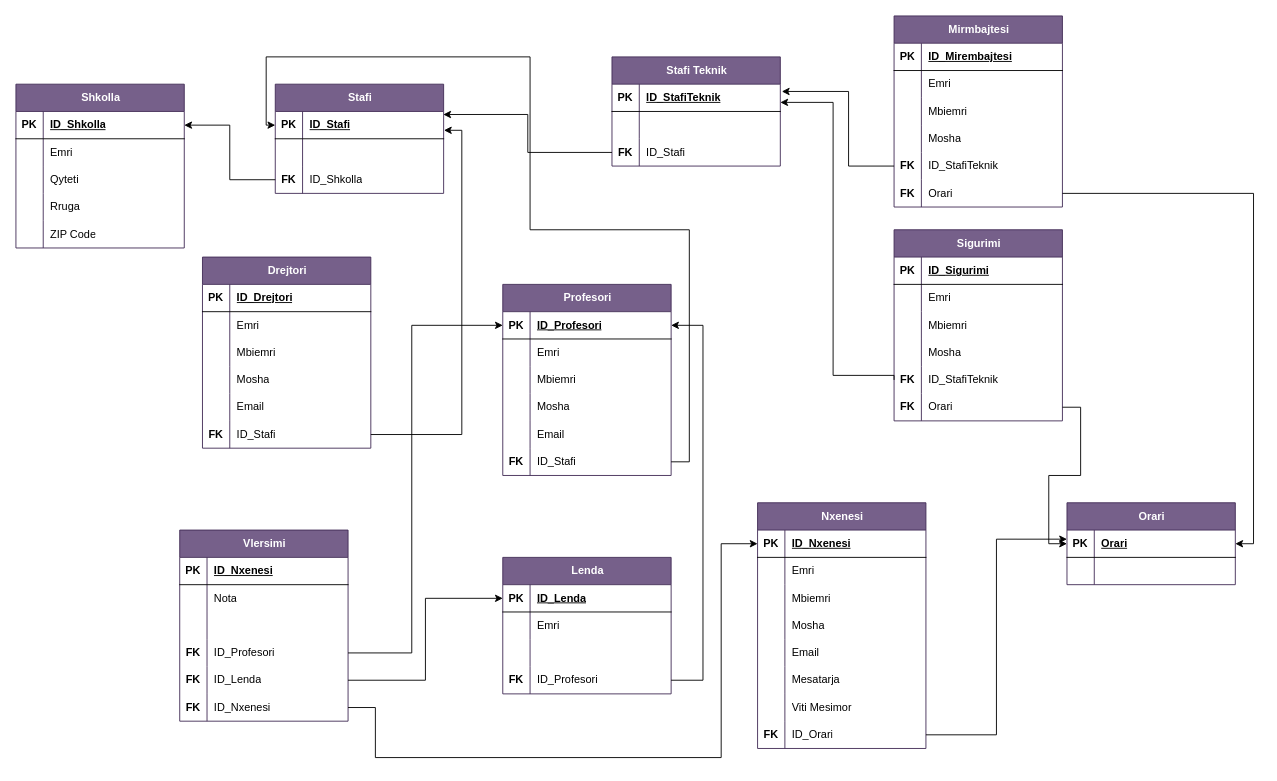
Before: databaza draw.io/draw.io/ShkollaRelacioni.drawio in Blend06/LabCourse1, a draw.io diagram. Source tidied: cells renumbered, new cells numbered last; positions are measured from the earlier drawing's top-left corner, leaving out a move shared by most shapes. Both pictures are drawn from the tidied source at 91%, with x=0, y=0 at pixel (15, 15).
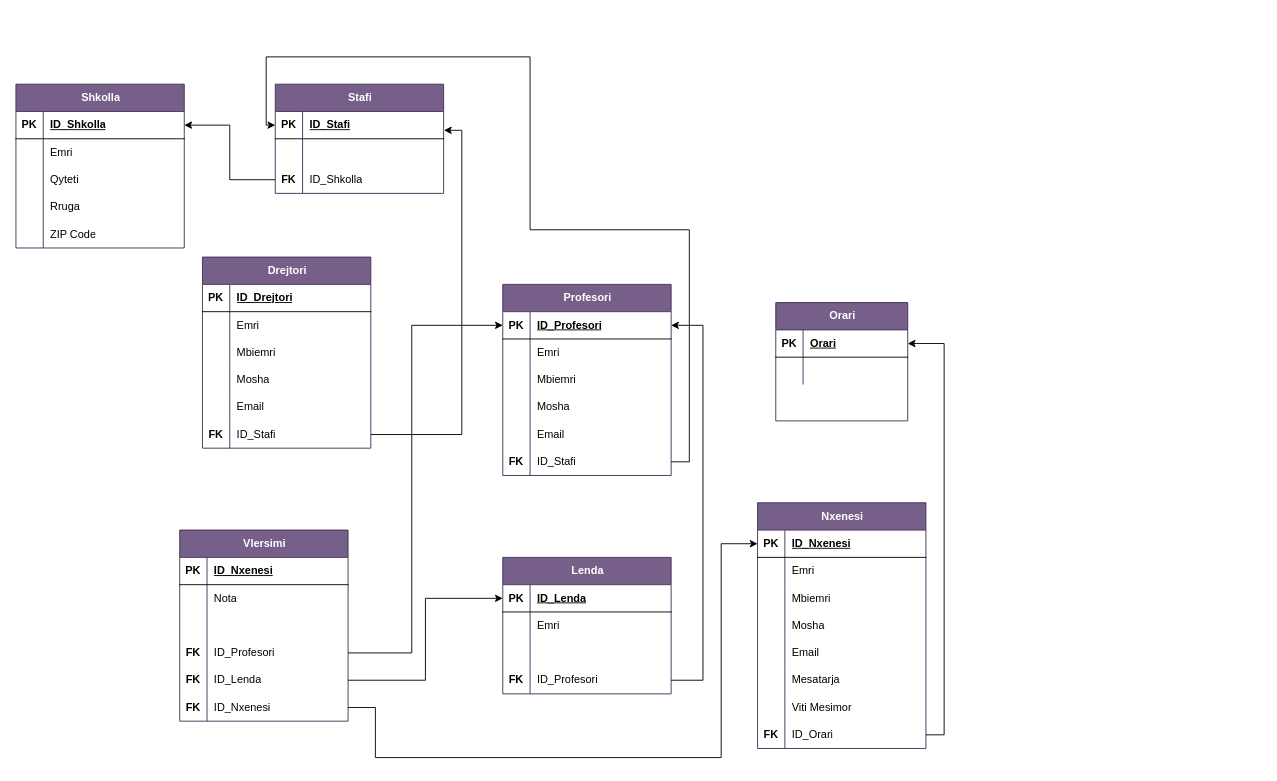
The same page after the edit.

Unchanged cells that the change refers to:
```xml
<mxCell id="20" style="shape=tableRow;horizontal=0;startSize=0;swimlaneHead=0;swimlaneBody=0;fillColor=none;points=[[0,0.5],[1,0.5]];portConstraint=eastwest;top=0;left=0;right=0;bottom=1;" parent="19" vertex="1">
  <mxGeometry y="30" width="185" height="30" as="geometry" />
</mxCell>
<mxCell id="185" style="shape=tableRow;horizontal=0;startSize=0;swimlaneHead=0;swimlaneBody=0;fillColor=none;points=[[0,0.5],[1,0.5]];portConstraint=eastwest;top=0;left=0;right=0;bottom=0;" parent="163" vertex="1">
  <mxGeometry y="240" width="185" height="30" as="geometry" />
</mxCell>
```

Change to the diagram source:
```diff
@@
-    <mxCell id="50" value="Stafi Teknik" style="shape=table;startSize=30;childLayout=tableLayout;rowLines=0;fontStyle=1;align=center;html=1;fillColor=#76608a;strokeColor=#432D57;swimlaneFillColor=default;fontColor=#ffffff;" parent="1" vertex="1">
-      <mxGeometry x="655" y="45" width="185" height="120" as="geometry" />
-    </mxCell>
-    <mxCell id="51" style="shape=tableRow;horizontal=0;startSize=0;swimlaneHead=0;swimlaneBody=0;fillColor=none;points=[[0,0.5],[1,0.5]];portConstraint=eastwest;top=0;left=0;right=0;bottom=1;" parent="50" vertex="1">
-      <mxGeometry y="30" width="185" height="30" as="geometry" />
-    </mxCell>
-    <mxCell id="52" value="PK" style="shape=partialRectangle;fillColor=none;top=0;left=0;bottom=0;right=0;fontStyle=1;overflow=hidden;whiteSpace=wrap;html=1;" parent="51" vertex="1">
-      <mxGeometry width="30" height="30" as="geometry" />
-    </mxCell>
-    <mxCell id="53" value="ID_StafiTeknik" style="shape=partialRectangle;fillColor=none;top=0;left=0;bottom=0;right=0;align=left;spacingLeft=6;fontStyle=5;overflow=hidden;whiteSpace=wrap;html=1;" parent="51" vertex="1">
-      <mxGeometry x="30" width="155" height="30" as="geometry" />
-    </mxCell>
-    <mxCell id="54" style="shape=tableRow;horizontal=0;startSize=0;swimlaneHead=0;swimlaneBody=0;fillColor=none;top=0;left=0;right=0;bottom=0;" parent="50" vertex="1">
-      <mxGeometry y="60" width="185" height="30" as="geometry" />
-    </mxCell>
-    <mxCell id="55" style="shape=partialRectangle;fillColor=none;top=0;left=0;bottom=0;right=0;overflow=hidden;whiteSpace=wrap;html=1;" parent="54" vertex="1">
-      <mxGeometry width="30" height="30" as="geometry" />
-    </mxCell>
-    <mxCell id="56" style="shape=partialRectangle;fillColor=none;top=0;left=0;bottom=0;right=0;align=left;spacingLeft=6;overflow=hidden;whiteSpace=wrap;html=1;" parent="54" vertex="1">
-      <mxGeometry x="30" width="155" height="30" as="geometry" />
-    </mxCell>
-    <mxCell id="57" style="shape=tableRow;horizontal=0;startSize=0;swimlaneHead=0;swimlaneBody=0;fillColor=none;points=[[0,0.5],[1,0.5]];portConstraint=eastwest;top=0;left=0;right=0;bottom=0;" parent="50" vertex="1">
-      <mxGeometry y="90" width="185" height="30" as="geometry" />
-    </mxCell>
-    <mxCell id="58" value="&lt;b&gt;FK&lt;/b&gt;" style="shape=partialRectangle;fillColor=none;top=0;left=0;bottom=0;right=0;overflow=hidden;whiteSpace=wrap;html=1;" parent="57" vertex="1">
-      <mxGeometry width="30" height="30" as="geometry" />
-    </mxCell>
-    <mxCell id="59" value="ID_Stafi" style="shape=partialRectangle;fillColor=none;top=0;left=0;bottom=0;right=0;align=left;spacingLeft=6;overflow=hidden;whiteSpace=wrap;html=1;" parent="57" vertex="1">
-      <mxGeometry x="30" width="155" height="30" as="geometry" />
-    </mxCell>
@@
-    <mxCell id="79" style="edgeStyle=orthogonalEdgeStyle;rounded=0;jettySize=auto;html=1;exitX=0;exitY=0.5;exitDx=0;exitDy=0;entryX=0.998;entryY=0.111;entryDx=0;entryDy=0;entryPerimeter=0;" parent="1" edge="1" source="57" target="20">
-      <mxGeometry relative="1" as="geometry" />
-    </mxCell>
@@
-    <mxCell id="81" value="Sigurimi" style="shape=table;startSize=30;childLayout=tableLayout;rowLines=0;fontStyle=1;align=center;html=1;fillColor=#76608a;strokeColor=#432D57;swimlaneFillColor=default;fontColor=#ffffff;" parent="1" vertex="1">
-      <mxGeometry x="965" y="235" width="185" height="210" as="geometry" />
-    </mxCell>
-    <mxCell id="82" style="shape=tableRow;horizontal=0;startSize=0;swimlaneHead=0;swimlaneBody=0;fillColor=none;top=0;left=0;right=0;bottom=1;" parent="81" vertex="1">
-      <mxGeometry y="30" width="185" height="30" as="geometry" />
-    </mxCell>
-    <mxCell id="83" value="PK" style="shape=partialRectangle;fillColor=none;top=0;left=0;bottom=0;right=0;fontStyle=1;overflow=hidden;whiteSpace=wrap;html=1;" parent="82" vertex="1">
-      <mxGeometry width="30" height="30" as="geometry" />
-    </mxCell>
-    <mxCell id="84" value="ID_Sigurimi" style="shape=partialRectangle;fillColor=none;top=0;left=0;bottom=0;right=0;align=left;spacingLeft=6;fontStyle=5;overflow=hidden;whiteSpace=wrap;html=1;" parent="82" vertex="1">
-      <mxGeometry x="30" width="155" height="30" as="geometry" />
-    </mxCell>
-    <mxCell id="85" style="shape=tableRow;horizontal=0;startSize=0;swimlaneHead=0;swimlaneBody=0;fillColor=none;top=0;left=0;right=0;bottom=0;" parent="81" vertex="1">
-      <mxGeometry y="60" width="185" height="30" as="geometry" />
-    </mxCell>
-    <mxCell id="86" style="shape=partialRectangle;fillColor=none;top=0;left=0;bottom=0;right=0;overflow=hidden;whiteSpace=wrap;html=1;" parent="85" vertex="1">
-      <mxGeometry width="30" height="30" as="geometry" />
-    </mxCell>
-    <mxCell id="87" value="Emri" style="shape=partialRectangle;fillColor=none;top=0;left=0;bottom=0;right=0;align=left;spacingLeft=6;overflow=hidden;whiteSpace=wrap;html=1;" parent="85" vertex="1">
-      <mxGeometry x="30" width="155" height="30" as="geometry" />
-    </mxCell>
-    <mxCell id="88" style="shape=tableRow;horizontal=0;startSize=0;swimlaneHead=0;swimlaneBody=0;fillColor=none;top=0;left=0;right=0;bottom=0;" parent="81" vertex="1">
-      <mxGeometry y="90" width="185" height="30" as="geometry" />
-    </mxCell>
-    <mxCell id="89" style="shape=partialRectangle;fillColor=none;top=0;left=0;bottom=0;right=0;overflow=hidden;whiteSpace=wrap;html=1;" parent="88" vertex="1">
-      <mxGeometry width="30" height="30" as="geometry" />
-    </mxCell>
-    <mxCell id="90" value="Mbiemri" style="shape=partialRectangle;fillColor=none;top=0;left=0;bottom=0;right=0;align=left;spacingLeft=6;overflow=hidden;whiteSpace=wrap;html=1;" parent="88" vertex="1">
-      <mxGeometry x="30" width="155" height="30" as="geometry" />
-    </mxCell>
-    <mxCell id="91" style="shape=tableRow;horizontal=0;startSize=0;swimlaneHead=0;swimlaneBody=0;fillColor=none;top=0;left=0;right=0;bottom=0;" parent="81" vertex="1">
-      <mxGeometry y="120" width="185" height="30" as="geometry" />
-    </mxCell>
-    <mxCell id="92" style="shape=partialRectangle;fillColor=none;top=0;left=0;bottom=0;right=0;overflow=hidden;whiteSpace=wrap;html=1;" parent="91" vertex="1">
-      <mxGeometry width="30" height="30" as="geometry" />
-    </mxCell>
-    <mxCell id="93" value="Mosha" style="shape=partialRectangle;fillColor=none;top=0;left=0;bottom=0;right=0;align=left;spacingLeft=6;overflow=hidden;whiteSpace=wrap;html=1;" parent="91" vertex="1">
-      <mxGeometry x="30" width="155" height="30" as="geometry" />
-    </mxCell>
-    <mxCell id="94" style="shape=tableRow;horizontal=0;startSize=0;swimlaneHead=0;swimlaneBody=0;fillColor=none;points=[[0,0.5],[1,0.5]];portConstraint=eastwest;top=0;left=0;right=0;bottom=0;" parent="81" vertex="1">
-      <mxGeometry y="150" width="185" height="30" as="geometry" />
-    </mxCell>
-    <mxCell id="95" value="&lt;b&gt;FK&lt;/b&gt;" style="shape=partialRectangle;fillColor=none;top=0;left=0;bottom=0;right=0;overflow=hidden;whiteSpace=wrap;html=1;" parent="94" vertex="1">
-      <mxGeometry width="30" height="30" as="geometry" />
-    </mxCell>
-    <mxCell id="96" value="ID_StafiTeknik" style="shape=partialRectangle;fillColor=none;top=0;left=0;bottom=0;right=0;align=left;spacingLeft=6;overflow=hidden;whiteSpace=wrap;html=1;" parent="94" vertex="1">
-      <mxGeometry x="30" width="155" height="30" as="geometry" />
-    </mxCell>
-    <mxCell id="97" style="shape=tableRow;horizontal=0;startSize=0;swimlaneHead=0;swimlaneBody=0;fillColor=none;points=[[0,0.5],[1,0.5]];portConstraint=eastwest;top=0;left=0;right=0;bottom=0;" parent="81" vertex="1">
-      <mxGeometry y="180" width="185" height="30" as="geometry" />
-    </mxCell>
-    <mxCell id="98" value="&lt;b&gt;FK&lt;/b&gt;" style="shape=partialRectangle;fillColor=none;top=0;left=0;bottom=0;right=0;overflow=hidden;whiteSpace=wrap;html=1;" parent="97" vertex="1">
-      <mxGeometry width="30" height="30" as="geometry" />
-    </mxCell>
-    <mxCell id="99" value="Orari" style="shape=partialRectangle;fillColor=none;top=0;left=0;bottom=0;right=0;align=left;spacingLeft=6;overflow=hidden;whiteSpace=wrap;html=1;" parent="97" vertex="1">
-      <mxGeometry x="30" width="155" height="30" as="geometry" />
-    </mxCell>
-    <mxCell id="100" value="Mirmbajtesi" style="shape=table;startSize=30;childLayout=tableLayout;rowLines=0;fontStyle=1;align=center;html=1;fillColor=#76608a;strokeColor=#432D57;swimlaneFillColor=default;fontColor=#ffffff;" parent="1" vertex="1">
-      <mxGeometry x="965" width="185" height="210" as="geometry" />
-    </mxCell>
-    <mxCell id="101" style="shape=tableRow;horizontal=0;startSize=0;swimlaneHead=0;swimlaneBody=0;fillColor=none;top=0;left=0;right=0;bottom=1;" parent="100" vertex="1">
-      <mxGeometry y="30" width="185" height="30" as="geometry" />
-    </mxCell>
-    <mxCell id="102" value="PK" style="shape=partialRectangle;fillColor=none;top=0;left=0;bottom=0;right=0;fontStyle=1;overflow=hidden;whiteSpace=wrap;html=1;" parent="101" vertex="1">
-      <mxGeometry width="30" height="30" as="geometry" />
-    </mxCell>
-    <mxCell id="103" value="ID_Mirembajtesi" style="shape=partialRectangle;fillColor=none;top=0;left=0;bottom=0;right=0;align=left;spacingLeft=6;fontStyle=5;overflow=hidden;whiteSpace=wrap;html=1;" parent="101" vertex="1">
-      <mxGeometry x="30" width="155" height="30" as="geometry" />
-    </mxCell>
-    <mxCell id="104" style="shape=tableRow;horizontal=0;startSize=0;swimlaneHead=0;swimlaneBody=0;fillColor=none;top=0;left=0;right=0;bottom=0;" parent="100" vertex="1">
-      <mxGeometry y="60" width="185" height="30" as="geometry" />
-    </mxCell>
-    <mxCell id="105" style="shape=partialRectangle;fillColor=none;top=0;left=0;bottom=0;right=0;overflow=hidden;whiteSpace=wrap;html=1;" parent="104" vertex="1">
-      <mxGeometry width="30" height="30" as="geometry" />
-    </mxCell>
-    <mxCell id="106" value="Emri" style="shape=partialRectangle;fillColor=none;top=0;left=0;bottom=0;right=0;align=left;spacingLeft=6;overflow=hidden;whiteSpace=wrap;html=1;" parent="104" vertex="1">
-      <mxGeometry x="30" width="155" height="30" as="geometry" />
-    </mxCell>
-    <mxCell id="107" style="shape=tableRow;horizontal=0;startSize=0;swimlaneHead=0;swimlaneBody=0;fillColor=none;top=0;left=0;right=0;bottom=0;" parent="100" vertex="1">
-      <mxGeometry y="90" width="185" height="30" as="geometry" />
-    </mxCell>
-    <mxCell id="108" style="shape=partialRectangle;fillColor=none;top=0;left=0;bottom=0;right=0;overflow=hidden;whiteSpace=wrap;html=1;" parent="107" vertex="1">
-      <mxGeometry width="30" height="30" as="geometry" />
-    </mxCell>
-    <mxCell id="109" value="Mbiemri" style="shape=partialRectangle;fillColor=none;top=0;left=0;bottom=0;right=0;align=left;spacingLeft=6;overflow=hidden;whiteSpace=wrap;html=1;" parent="107" vertex="1">
-      <mxGeometry x="30" width="155" height="30" as="geometry" />
-    </mxCell>
-    <mxCell id="110" style="shape=tableRow;horizontal=0;startSize=0;swimlaneHead=0;swimlaneBody=0;fillColor=none;top=0;left=0;right=0;bottom=0;" parent="100" vertex="1">
-      <mxGeometry y="120" width="185" height="30" as="geometry" />
-    </mxCell>
-    <mxCell id="111" style="shape=partialRectangle;fillColor=none;top=0;left=0;bottom=0;right=0;overflow=hidden;whiteSpace=wrap;html=1;" parent="110" vertex="1">
-      <mxGeometry width="30" height="30" as="geometry" />
-    </mxCell>
-    <mxCell id="112" value="Mosha" style="shape=partialRectangle;fillColor=none;top=0;left=0;bottom=0;right=0;align=left;spacingLeft=6;overflow=hidden;whiteSpace=wrap;html=1;" parent="110" vertex="1">
-      <mxGeometry x="30" width="155" height="30" as="geometry" />
-    </mxCell>
-    <mxCell id="113" style="shape=tableRow;horizontal=0;startSize=0;swimlaneHead=0;swimlaneBody=0;fillColor=none;points=[[0,0.5],[1,0.5]];portConstraint=eastwest;top=0;left=0;right=0;bottom=0;" parent="100" vertex="1">
-      <mxGeometry y="150" width="185" height="30" as="geometry" />
-    </mxCell>
-    <mxCell id="114" value="&lt;b&gt;FK&lt;/b&gt;" style="shape=partialRectangle;fillColor=none;top=0;left=0;bottom=0;right=0;overflow=hidden;whiteSpace=wrap;html=1;" parent="113" vertex="1">
-      <mxGeometry width="30" height="30" as="geometry" />
-    </mxCell>
-    <mxCell id="115" value="ID_StafiTeknik" style="shape=partialRectangle;fillColor=none;top=0;left=0;bottom=0;right=0;align=left;spacingLeft=6;overflow=hidden;whiteSpace=wrap;html=1;" parent="113" vertex="1">
-      <mxGeometry x="30" width="155" height="30" as="geometry" />
-    </mxCell>
-    <mxCell id="116" style="shape=tableRow;horizontal=0;startSize=0;swimlaneHead=0;swimlaneBody=0;fillColor=none;points=[[0,0.5],[1,0.5]];portConstraint=eastwest;top=0;left=0;right=0;bottom=0;" parent="100" vertex="1">
-      <mxGeometry y="180" width="185" height="30" as="geometry" />
-    </mxCell>
-    <mxCell id="117" value="&lt;b&gt;FK&lt;/b&gt;" style="shape=partialRectangle;fillColor=none;top=0;left=0;bottom=0;right=0;overflow=hidden;whiteSpace=wrap;html=1;" parent="116" vertex="1">
-      <mxGeometry width="30" height="30" as="geometry" />
-    </mxCell>
-    <mxCell id="118" value="Orari" style="shape=partialRectangle;fillColor=none;top=0;left=0;bottom=0;right=0;align=left;spacingLeft=6;overflow=hidden;whiteSpace=wrap;html=1;" parent="116" vertex="1">
-      <mxGeometry x="30" width="155" height="30" as="geometry" />
-    </mxCell>
-    <mxCell id="119" style="edgeStyle=orthogonalEdgeStyle;rounded=0;jettySize=auto;html=1;exitX=0;exitY=0.5;exitDx=0;exitDy=0;entryX=1.009;entryY=0.267;entryDx=0;entryDy=0;entryPerimeter=0;" parent="1" edge="1" source="113" target="51">
-      <mxGeometry relative="1" as="geometry">
-        <Array as="points">
-          <mxPoint x="915" y="165" />
-          <mxPoint x="915" y="83" />
-        </Array>
-      </mxGeometry>
-    </mxCell>
-    <mxCell id="120" style="edgeStyle=orthogonalEdgeStyle;rounded=0;jettySize=auto;html=1;exitX=0;exitY=0.5;exitDx=0;exitDy=0;" parent="1" edge="1" source="94" target="51">
-      <mxGeometry relative="1" as="geometry">
-        <Array as="points">
-          <mxPoint x="965" y="395" />
-          <mxPoint x="898" y="395" />
-          <mxPoint x="898" y="95" />
-        </Array>
-      </mxGeometry>
-    </mxCell>
@@
     <mxCell id="135" value="Orari" style="shape=table;startSize=30;childLayout=tableLayout;rowLines=0;fontStyle=1;align=center;html=1;fillColor=#76608a;strokeColor=#432D57;swimlaneFillColor=default;fontColor=#ffffff;" parent="1" vertex="1">
-      <mxGeometry x="1155" y="535" width="185" height="90" as="geometry" />
+      <mxGeometry x="835" y="315" width="145" height="130" as="geometry" />
     </mxCell>
     <mxCell id="136" style="shape=tableRow;horizontal=0;startSize=0;swimlaneHead=0;swimlaneBody=0;fillColor=none;points=[[0,0.5],[1,0.5]];portConstraint=eastwest;top=0;left=0;right=0;bottom=1;" parent="135" vertex="1">
-      <mxGeometry y="30" width="185" height="30" as="geometry" />
+      <mxGeometry y="30" width="145" height="30" as="geometry" />
     </mxCell>
@@
     <mxCell id="138" value="Orari" style="shape=partialRectangle;fillColor=none;top=0;left=0;bottom=0;right=0;align=left;spacingLeft=6;fontStyle=5;overflow=hidden;whiteSpace=wrap;html=1;" parent="136" vertex="1">
-      <mxGeometry x="30" width="155" height="30" as="geometry" />
+      <mxGeometry x="30" width="115" height="30" as="geometry" />
     </mxCell>
     <mxCell id="139" style="shape=tableRow;horizontal=0;startSize=0;swimlaneHead=0;swimlaneBody=0;fillColor=none;top=0;left=0;right=0;bottom=0;" parent="135" vertex="1">
-      <mxGeometry y="60" width="185" height="30" as="geometry" />
+      <mxGeometry y="60" width="145" height="30" as="geometry" />
     </mxCell>
@@
     <mxCell id="141" style="shape=partialRectangle;fillColor=none;top=0;left=0;bottom=0;right=0;align=left;spacingLeft=6;overflow=hidden;whiteSpace=wrap;html=1;" parent="139" vertex="1">
-      <mxGeometry x="30" width="155" height="30" as="geometry" />
+      <mxGeometry x="30" width="115" height="30" as="geometry" />
     </mxCell>
@@
-    <mxCell id="188" style="edgeStyle=orthogonalEdgeStyle;rounded=0;jettySize=auto;html=1;exitX=1;exitY=0.5;exitDx=0;exitDy=0;entryX=0;entryY=0.5;entryDx=0;entryDy=0;" parent="1" edge="1" source="97" target="136">
-      <mxGeometry relative="1" as="geometry" />
-    </mxCell>
-    <mxCell id="189" style="edgeStyle=orthogonalEdgeStyle;rounded=0;jettySize=auto;html=1;exitX=1;exitY=0.5;exitDx=0;exitDy=0;entryX=1;entryY=0.5;entryDx=0;entryDy=0;" parent="1" edge="1" source="116" target="136">
-      <mxGeometry relative="1" as="geometry" />
-    </mxCell>
-    <mxCell id="190" style="edgeStyle=orthogonalEdgeStyle;rounded=0;jettySize=auto;html=1;exitX=1;exitY=0.5;exitDx=0;exitDy=0;entryX=0;entryY=0.333;entryDx=0;entryDy=0;entryPerimeter=0;" parent="1" edge="1" source="185" target="136">
+    <mxCell id="190" style="edgeStyle=orthogonalEdgeStyle;rounded=0;jettySize=auto;html=1;exitX=1;exitY=0.5;exitDx=0;exitDy=0;entryX=1;entryY=0.5;entryDx=0;entryDy=0;" parent="1" edge="1" source="185" target="136">
       <mxGeometry relative="1" as="geometry" />
     </mxCell>
```
